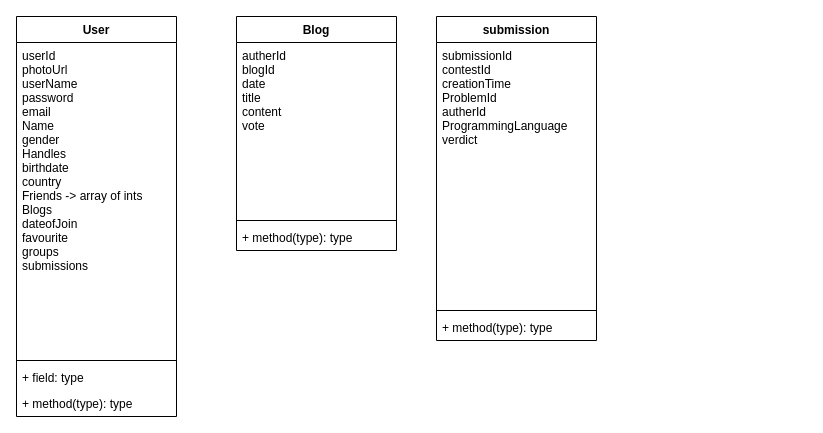
The draw.io diagram UML.drawio in MahmoudElmarzouky/AC-Judge, before the edit. Source tidied: cells renumbered, new cells numbered last; positions are measured from the earlier drawing's top-left corner, leaving out a move shared by most shapes. Both pictures are drawn from the tidied source at 100%, with x=0, y=0 at pixel (16, 16).
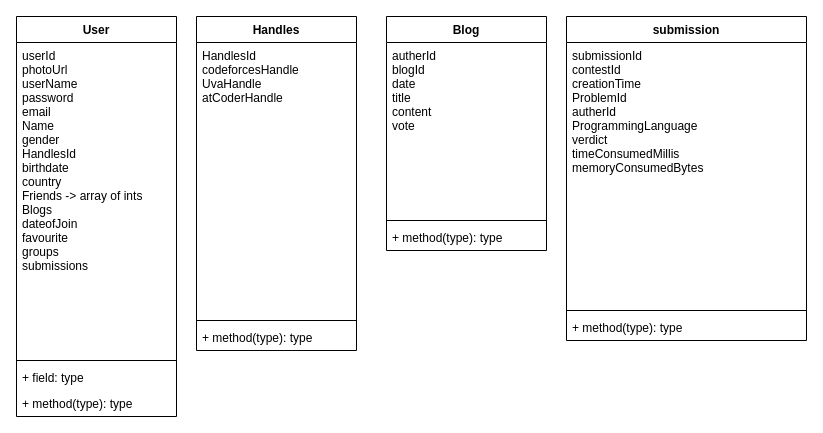
The same page after the edit.

Diff of the diagram source:
```diff
@@
 <mxGraphModel background="#ffffff">
   <root>
     <mxCell id="0" />
     <mxCell id="1" parent="0" />
     <mxCell id="2" value="User" style="swimlane;fontStyle=1;align=center;verticalAlign=top;horizontal=1;startSize=26;" parent="1" vertex="1">
       <mxGeometry width="160" height="400" as="geometry" />
     </mxCell>
-    <mxCell id="3" value="userId&#10;photoUrl&#10;userName&#10;password&#10;email&#10;Name&#10;gender&#10;Handles &#10;birthdate&#10;country&#10;Friends -&gt; array of ints&#10;Blogs  &#10;dateofJoin&#10;favourite&#10;groups &#10;submissions" style="text;strokeColor=none;fillColor=none;align=left;verticalAlign=top;spacingLeft=4;spacingRight=4;overflow=hidden;" parent="2" vertex="1">
+    <mxCell id="3" value="userId&#10;photoUrl&#10;userName&#10;password&#10;email&#10;Name&#10;gender&#10;HandlesId &#10;birthdate&#10;country&#10;Friends -&gt; array of ints&#10;Blogs  &#10;dateofJoin&#10;favourite&#10;groups &#10;submissions" style="text;strokeColor=none;fillColor=none;align=left;verticalAlign=top;spacingLeft=4;spacingRight=4;overflow=hidden;" parent="2" vertex="1">
       <mxGeometry y="26" width="160" height="314" as="geometry" />
     </mxCell>
     <mxCell id="4" style="line;strokeWidth=1;fillColor=none;align=left;verticalAlign=middle;spacingTop=-1;spacingLeft=3;spacingRight=3;labelPosition=right;" parent="2" vertex="1">
       <mxGeometry y="340" width="160" height="8" as="geometry" />
     </mxCell>
     <mxCell id="5" value="+ field: type" style="text;strokeColor=none;fillColor=none;align=left;verticalAlign=top;spacingLeft=4;spacingRight=4;overflow=hidden;" parent="2" vertex="1">
       <mxGeometry y="348" width="160" height="26" as="geometry" />
     </mxCell>
     <mxCell id="6" value="+ method(type): type" style="text;strokeColor=none;fillColor=none;align=left;verticalAlign=top;spacingLeft=4;spacingRight=4;overflow=hidden;" parent="2" vertex="1">
       <mxGeometry y="374" width="160" height="26" as="geometry" />
     </mxCell>
     <mxCell id="7" value="Blog" style="swimlane;fontStyle=1;align=center;verticalAlign=top;horizontal=1;startSize=26;" parent="1" vertex="1">
-      <mxGeometry x="220" width="160" height="234" as="geometry" />
+      <mxGeometry x="370" width="160" height="234" as="geometry" />
     </mxCell>
     <mxCell id="8" value="autherId&#10;blogId&#10;date&#10;title&#10;content&#10;vote " style="text;strokeColor=none;fillColor=none;align=left;verticalAlign=top;spacingLeft=4;spacingRight=4;overflow=hidden;" parent="7" vertex="1">
       <mxGeometry y="26" width="160" height="174" as="geometry" />
     </mxCell>
     <mxCell id="9" style="line;strokeWidth=1;fillColor=none;align=left;verticalAlign=middle;spacingTop=-1;spacingLeft=3;spacingRight=3;labelPosition=right;" parent="7" vertex="1">
       <mxGeometry y="200" width="160" height="8" as="geometry" />
     </mxCell>
     <mxCell id="10" value="+ method(type): type" style="text;strokeColor=none;fillColor=none;align=left;verticalAlign=top;spacingLeft=4;spacingRight=4;overflow=hidden;" parent="7" vertex="1">
       <mxGeometry y="208" width="160" height="26" as="geometry" />
     </mxCell>
     <mxCell id="11" value="submission" style="swimlane;fontStyle=1;align=center;verticalAlign=top;horizontal=1;startSize=26;" parent="1" vertex="1">
-      <mxGeometry x="420" width="160" height="324" as="geometry" />
+      <mxGeometry x="550" width="240" height="324" as="geometry" />
     </mxCell>
-    <mxCell id="12" value="submissionId &#10;contestId&#10;creationTime&#10;ProblemId&#10;autherId&#10;ProgrammingLanguage&#10;verdict&#10;" style="text;strokeColor=none;fillColor=none;align=left;verticalAlign=top;spacingLeft=4;spacingRight=4;overflow=hidden;" parent="11" vertex="1">
-      <mxGeometry y="26" width="160" height="264" as="geometry" />
+    <mxCell id="12" value="submissionId &#10;contestId&#10;creationTime&#10;ProblemId&#10;autherId&#10;ProgrammingLanguage&#10;verdict&#10;timeConsumedMillis&#10;memoryConsumedBytes&#10;" style="text;strokeColor=none;fillColor=none;align=left;verticalAlign=top;spacingLeft=4;spacingRight=4;overflow=hidden;" parent="11" vertex="1">
+      <mxGeometry y="26" width="240" height="264" as="geometry" />
     </mxCell>
     <mxCell id="13" style="line;strokeWidth=1;fillColor=none;align=left;verticalAlign=middle;spacingTop=-1;spacingLeft=3;spacingRight=3;labelPosition=right;" parent="11" vertex="1">
-      <mxGeometry y="290" width="160" height="8" as="geometry" />
+      <mxGeometry y="290" width="240" height="8" as="geometry" />
     </mxCell>
     <mxCell id="14" value="+ method(type): type" style="text;strokeColor=none;fillColor=none;align=left;verticalAlign=top;spacingLeft=4;spacingRight=4;overflow=hidden;" parent="11" vertex="1">
-      <mxGeometry y="298" width="160" height="26" as="geometry" />
+      <mxGeometry y="298" width="240" height="26" as="geometry" />
     </mxCell>
+    <mxCell id="15" value="Handles" style="swimlane;fontStyle=1;align=center;verticalAlign=top;horizontal=1;startSize=26;" parent="1" vertex="1">
+      <mxGeometry x="180" width="160" height="334" as="geometry" />
+    </mxCell>
+    <mxCell id="16" value="HandlesId&#10;codeforcesHandle&#10;UvaHandle&#10;atCoderHandle" style="text;strokeColor=none;fillColor=none;align=left;verticalAlign=top;spacingLeft=4;spacingRight=4;overflow=hidden;" parent="15" vertex="1">
+      <mxGeometry y="26" width="160" height="274" as="geometry" />
+    </mxCell>
+    <mxCell id="17" style="line;strokeWidth=1;fillColor=none;align=left;verticalAlign=middle;spacingTop=-1;spacingLeft=3;spacingRight=3;labelPosition=right;" parent="15" vertex="1">
+      <mxGeometry y="300" width="160" height="8" as="geometry" />
+    </mxCell>
+    <mxCell id="18" value="+ method(type): type" style="text;strokeColor=none;fillColor=none;align=left;verticalAlign=top;spacingLeft=4;spacingRight=4;overflow=hidden;" parent="15" vertex="1">
+      <mxGeometry y="308" width="160" height="26" as="geometry" />
+    </mxCell>
   </root>
 </mxGraphModel>
```
